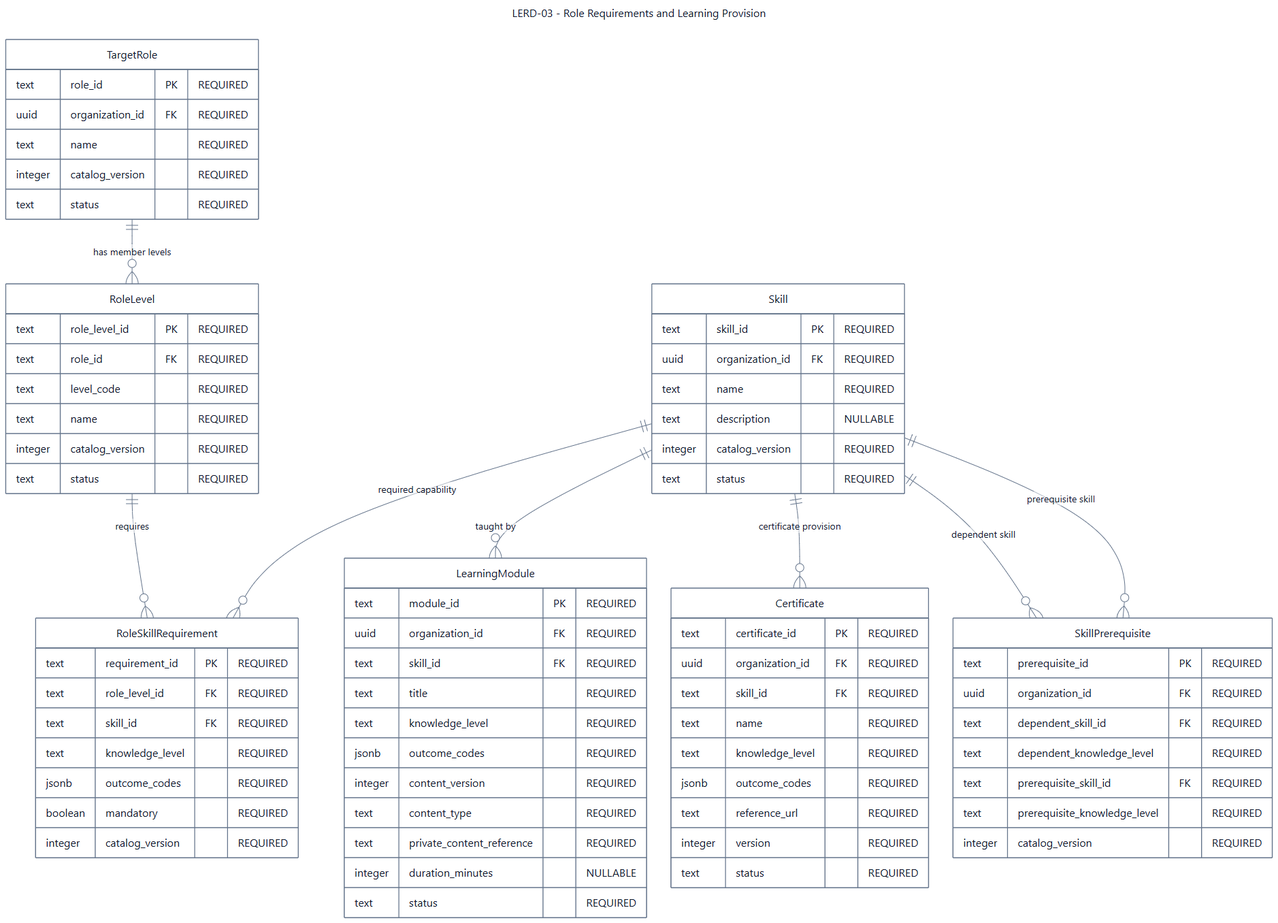
This is documents/diagrams/mermaid/lerd-03.png from SEP490-Fall-2026-GFA26SE64/SEP490, a Mermaid export, as it was before one commit. Its source is kept beside it as documents/diagrams/mermaid/lerd-03.mmd.
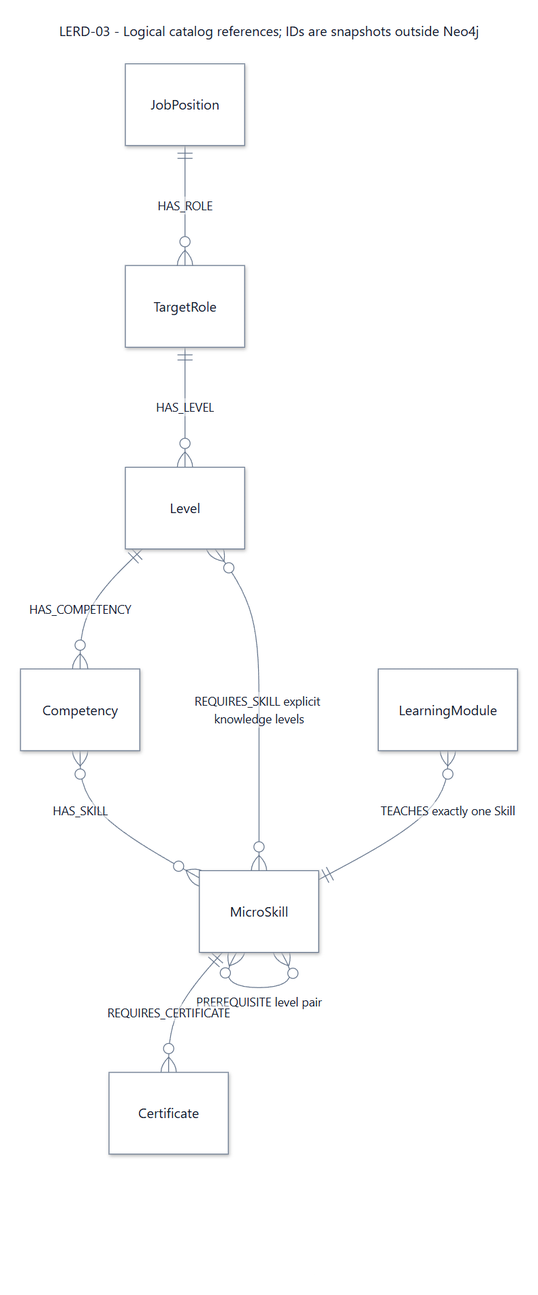
After the change.

Diff of the diagram source:
```diff
@@ -1,78 +1,15 @@
 ---
-title: "LERD-03 - Role Requirements and Learning Provision"
-config: {"theme":"base","fontFamily":"Segoe UI, Arial, sans-serif","themeVariables":{"fontFamily":"Segoe UI, Arial, sans-serif","fontSize":"16px","primaryColor":"#ffffff","primaryTextColor":"#0f1729","primaryBorderColor":"#64748b","secondaryColor":"#fef3eb","tertiaryColor":"#ffffff","lineColor":"#64748b","textColor":"#0f1729","mainBkg":"#ffffff","background":"#ffffff","clusterBkg":"#ffffff","clusterBorder":"#64748b","edgeLabelBackground":"#ffffff","titleColor":"#0f1729","noteBkgColor":"#fef3eb","noteTextColor":"#0f1729","noteBorderColor":"#e6650f","attributeBackgroundColorOdd":"#ffffff","attributeBackgroundColorEven":"#ffffff","secondaryBorderColor":"#64748b","tertiaryBorderColor":"#64748b","secondaryTextColor":"#0f1729","tertiaryTextColor":"#0f1729"},"layout":"dagre","er":{"layoutDirection":"LR","nodeSpacing":36,"rankSpacing":74,"entityPadding":16,"fontSize":16,"minEntityWidth":140,"diagramPadding":24}}
+title: "LERD-03 - Logical catalog references; IDs are snapshots outside Neo4j"
+config: {"theme":"base","fontFamily":"Segoe UI, Arial, sans-serif","themeVariables":{"fontFamily":"Segoe UI, Arial, sans-serif","fontSize":"16px","primaryColor":"#ffffff","primaryTextColor":"#0f1729","primaryBorderColor":"#64748b","secondaryColor":"#fef3eb","tertiaryColor":"#ffffff","lineColor":"#64748b","textColor":"#0f1729","mainBkg":"#ffffff","background":"#ffffff","clusterBkg":"#ffffff","clusterBorder":"#64748b","edgeLabelBackground":"#ffffff","titleColor":"#0f1729","noteBkgColor":"#fef3eb","noteTextColor":"#0f1729","noteBorderColor":"#e6650f","attributeBackgroundColorOdd":"#ffffff","attributeBackgroundColorEven":"#ffffff","secondaryBorderColor":"#64748b","tertiaryBorderColor":"#64748b","secondaryTextColor":"#0f1729","tertiaryTextColor":"#0f1729"},"layout":"dagre","er":{"layoutDirection":"LR","nodeSpacing":60,"rankSpacing":120,"entityPadding":16,"fontSize":16,"minEntityWidth":140,"diagramPadding":24}}
 ---
+
 erDiagram
   direction TB
-  TargetRole["TargetRole"] {
-    text role_id PK "REQUIRED"
-    uuid organization_id FK "REQUIRED"
-    text name "REQUIRED"
-    integer catalog_version "REQUIRED"
-    text status "REQUIRED"
-  }
-  RoleLevel["RoleLevel"] {
-    text role_level_id PK "REQUIRED"
-    text role_id FK "REQUIRED"
-    text level_code "REQUIRED"
-    text name "REQUIRED"
-    integer catalog_version "REQUIRED"
-    text status "REQUIRED"
-  }
-  RoleSkillRequirement["RoleSkillRequirement"] {
-    text requirement_id PK "REQUIRED"
-    text role_level_id FK "REQUIRED"
-    text skill_id FK "REQUIRED"
-    text knowledge_level "REQUIRED"
-    jsonb outcome_codes "REQUIRED"
-    boolean mandatory "REQUIRED"
-    integer catalog_version "REQUIRED"
-  }
-  Skill["Skill"] {
-    text skill_id PK "REQUIRED"
-    uuid organization_id FK "REQUIRED"
-    text name "REQUIRED"
-    text description "NULLABLE"
-    integer catalog_version "REQUIRED"
-    text status "REQUIRED"
-  }
-  LearningModule["LearningModule"] {
-    text module_id PK "REQUIRED"
-    uuid organization_id FK "REQUIRED"
-    text skill_id FK "REQUIRED"
-    text title "REQUIRED"
-    text knowledge_level "REQUIRED"
-    jsonb outcome_codes "REQUIRED"
-    integer content_version "REQUIRED"
-    text content_type "REQUIRED"
-    text private_content_reference "REQUIRED"
-    integer duration_minutes "NULLABLE"
-    text status "REQUIRED"
-  }
-  Certificate["Certificate"] {
-    text certificate_id PK "REQUIRED"
-    uuid organization_id FK "REQUIRED"
-    text skill_id FK "REQUIRED"
-    text name "REQUIRED"
-    text knowledge_level "REQUIRED"
-    jsonb outcome_codes "REQUIRED"
-    text reference_url "REQUIRED"
-    integer version "REQUIRED"
-    text status "REQUIRED"
-  }
-  SkillPrerequisite["SkillPrerequisite"] {
-    text prerequisite_id PK "REQUIRED"
-    uuid organization_id FK "REQUIRED"
-    text dependent_skill_id FK "REQUIRED"
-    text dependent_knowledge_level "REQUIRED"
-    text prerequisite_skill_id FK "REQUIRED"
-    text prerequisite_knowledge_level "REQUIRED"
-    integer catalog_version "REQUIRED"
-  }
-  TargetRole ||--o{ RoleLevel : "has member levels"
-  RoleLevel ||--o{ RoleSkillRequirement : "requires"
-  Skill ||--o{ RoleSkillRequirement : "required capability"
-  Skill ||--o{ LearningModule : "taught by"
-  Skill ||--o{ Certificate : "certificate provision"
-  Skill ||--o{ SkillPrerequisite : "dependent skill"
-  Skill ||--o{ SkillPrerequisite : "prerequisite skill"
+  JobPosition ||--o{ TargetRole : "HAS_ROLE"
+  TargetRole ||--o{ Level : "HAS_LEVEL"
+  Level ||--o{ Competency : "HAS_COMPETENCY"
+  Competency }o--o{ MicroSkill : "HAS_SKILL"
+  Level }o--o{ MicroSkill : "REQUIRES_SKILL explicit knowledge levels"
+  LearningModule }o--|| MicroSkill : "TEACHES exactly one Skill"
+  MicroSkill }o--o{ MicroSkill : "PREREQUISITE level pair"
+  MicroSkill ||--o{ Certificate : "REQUIRES_CERTIFICATE"
```
